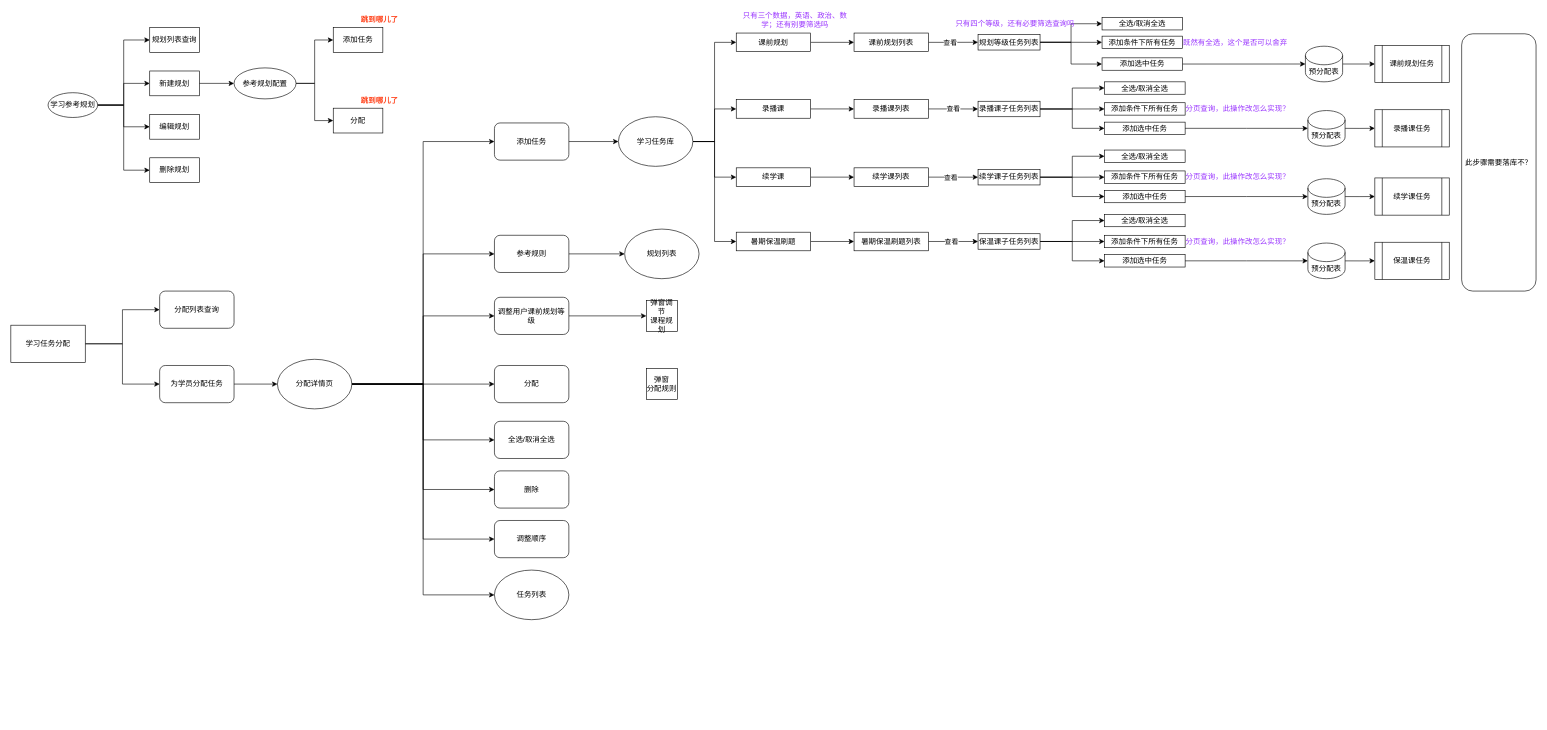
Above: 学习任务分配-参考规划+用户端.drawio in me-Minion/draw (draw.io), before the change. Source tidied: cells renumbered, new cells numbered last; positions are measured from the earlier drawing's top-left corner, leaving out a move shared by most shapes. Both pictures are drawn from the tidied source at 62%, with x=0, y=0 at pixel (11, 12).
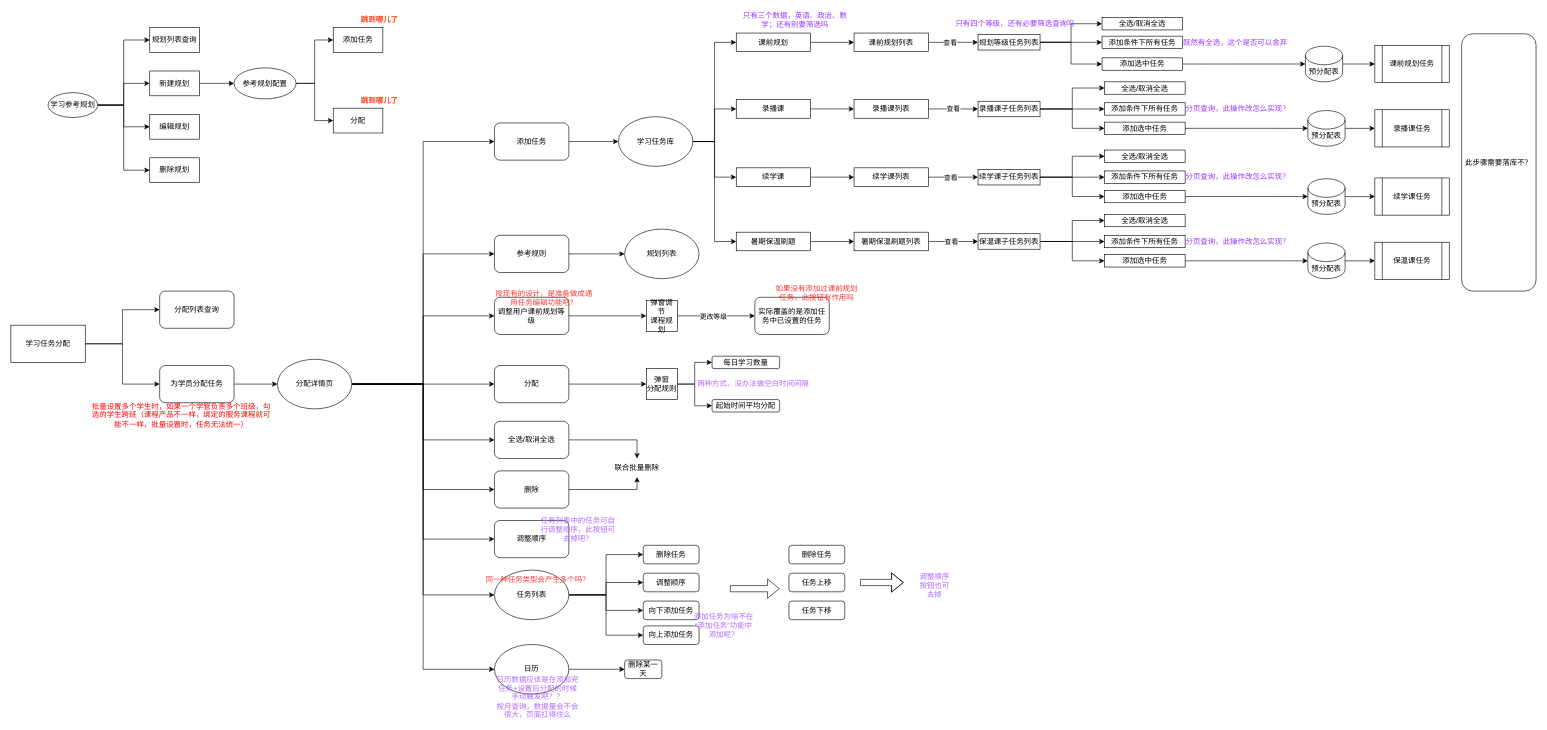
The same diagram, later.

Commit message:
更新学习任务分配-参考规划+用户端.drawio

Unchanged cells that the change refers to:
```xml
<mxCell id="33" value="分配详情页" style="ellipse;whiteSpace=wrap;html=1;" parent="1" vertex="1">
  <mxGeometry x="430" y="560" width="120" height="80" as="geometry" />
</mxCell>
<mxCell id="40" value="分配" style="rounded=1;whiteSpace=wrap;html=1;" parent="1" vertex="1">
  <mxGeometry x="780" y="570" width="120" height="60" as="geometry" />
</mxCell>
<mxCell id="41" value="全选/取消全选" style="rounded=1;whiteSpace=wrap;html=1;" parent="1" vertex="1">
  <mxGeometry x="780" y="660" width="120" height="60" as="geometry" />
</mxCell>
<mxCell id="42" value="删除" style="rounded=1;whiteSpace=wrap;html=1;" parent="1" vertex="1">
  <mxGeometry x="780" y="740" width="120" height="60" as="geometry" />
</mxCell>
<mxCell id="50" value="弹窗&lt;span style=&quot;background-color: initial;&quot;&gt;调节&lt;/span&gt;&lt;div&gt;课程&lt;span style=&quot;background-color: initial;&quot;&gt;规划&lt;/span&gt;&lt;/div&gt;" style="whiteSpace=wrap;html=1;" parent="1" vertex="1">
  <mxGeometry x="1025" y="465" width="50" height="50" as="geometry" />
</mxCell>
<mxCell id="51" value="弹窗&lt;div&gt;分配规则&lt;/div&gt;" style="whiteSpace=wrap;html=1;" parent="1" vertex="1">
  <mxGeometry x="1025" y="575" width="50" height="50" as="geometry" />
</mxCell>
<mxCell id="122" value="任务列表" style="ellipse;whiteSpace=wrap;html=1;" parent="1" vertex="1">
  <mxGeometry x="780" y="900" width="120" height="80" as="geometry" />
</mxCell>
```

Diff of the diagram source:
```diff
@@
+    <mxCell id="124" style="edgeStyle=orthogonalEdgeStyle;rounded=0;jettySize=auto;html=1;exitX=1;exitY=0.5;exitDx=0;exitDy=0;entryX=0;entryY=0.5;entryDx=0;entryDy=0;" parent="1" edge="1" source="33" target="137">
+      <mxGeometry relative="1" as="geometry" />
+    </mxCell>
@@
+    <mxCell id="125" style="edgeStyle=orthogonalEdgeStyle;rounded=0;jettySize=auto;html=1;exitX=1;exitY=0.5;exitDx=0;exitDy=0;" parent="1" edge="1" source="40" target="51">
+      <mxGeometry relative="1" as="geometry" />
+    </mxCell>
@@
+    <mxCell id="126" style="edgeStyle=orthogonalEdgeStyle;rounded=0;jettySize=auto;html=1;exitX=1;exitY=0.5;exitDx=0;exitDy=0;entryX=0.5;entryY=0;entryDx=0;entryDy=0;" parent="1" edge="1" source="41" target="160">
+      <mxGeometry relative="1" as="geometry" />
+    </mxCell>
@@
+    <mxCell id="127" style="edgeStyle=orthogonalEdgeStyle;rounded=0;jettySize=auto;html=1;exitX=1;exitY=0.5;exitDx=0;exitDy=0;entryX=0.5;entryY=1;entryDx=0;entryDy=0;" parent="1" edge="1" source="42" target="160">
+      <mxGeometry relative="1" as="geometry" />
+    </mxCell>
@@
+    <mxCell id="128" style="edgeStyle=orthogonalEdgeStyle;rounded=0;jettySize=auto;html=1;exitX=1;exitY=0.5;exitDx=0;exitDy=0;entryX=0;entryY=0.5;entryDx=0;entryDy=0;" parent="1" edge="1" source="50" target="140">
+      <mxGeometry relative="1" as="geometry" />
+    </mxCell>
+    <mxCell id="129" value="更改等级" style="edgeLabel;html=1;align=center;verticalAlign=middle;" parent="128" vertex="1">
+      <mxGeometry x="-0.19" y="-1" relative="1" as="geometry">
+        <mxPoint x="6" y="-1" as="offset" />
+      </mxGeometry>
+    </mxCell>
@@
+    <mxCell id="130" style="edgeStyle=orthogonalEdgeStyle;rounded=0;jettySize=auto;html=1;exitX=1;exitY=0.5;exitDx=0;exitDy=0;entryX=0;entryY=0.5;entryDx=0;entryDy=0;" parent="1" edge="1" source="51" target="157">
+      <mxGeometry relative="1" as="geometry" />
+    </mxCell>
+    <mxCell id="131" style="edgeStyle=orthogonalEdgeStyle;rounded=0;jettySize=auto;html=1;exitX=1;exitY=0.5;exitDx=0;exitDy=0;entryX=0;entryY=0.5;entryDx=0;entryDy=0;" parent="1" edge="1" source="51" target="158">
+      <mxGeometry relative="1" as="geometry" />
+    </mxCell>
@@
+    <mxCell id="132" style="edgeStyle=orthogonalEdgeStyle;rounded=0;jettySize=auto;html=1;exitX=1;exitY=0.5;exitDx=0;exitDy=0;entryX=0;entryY=0.5;entryDx=0;entryDy=0;" parent="1" edge="1" source="122" target="144">
+      <mxGeometry relative="1" as="geometry" />
+    </mxCell>
+    <mxCell id="133" style="edgeStyle=orthogonalEdgeStyle;rounded=0;jettySize=auto;html=1;exitX=1;exitY=0.5;exitDx=0;exitDy=0;entryX=0;entryY=0.5;entryDx=0;entryDy=0;" parent="1" edge="1" source="122" target="145">
+      <mxGeometry relative="1" as="geometry" />
+    </mxCell>
+    <mxCell id="134" style="edgeStyle=orthogonalEdgeStyle;rounded=0;jettySize=auto;html=1;exitX=1;exitY=0.5;exitDx=0;exitDy=0;" parent="1" edge="1" source="122" target="146">
+      <mxGeometry relative="1" as="geometry" />
+    </mxCell>
+    <mxCell id="135" style="edgeStyle=orthogonalEdgeStyle;rounded=0;jettySize=auto;html=1;exitX=1;exitY=0.5;exitDx=0;exitDy=0;entryX=0;entryY=0.5;entryDx=0;entryDy=0;" parent="1" edge="1" source="122" target="147">
+      <mxGeometry relative="1" as="geometry" />
+    </mxCell>
@@
+    <mxCell id="136" style="edgeStyle=orthogonalEdgeStyle;rounded=0;jettySize=auto;html=1;exitX=1;exitY=0.5;exitDx=0;exitDy=0;entryX=0;entryY=0.5;entryDx=0;entryDy=0;" parent="1" edge="1" source="137" target="156">
+      <mxGeometry relative="1" as="geometry" />
+    </mxCell>
+    <mxCell id="137" value="日历" style="ellipse;whiteSpace=wrap;html=1;" parent="1" vertex="1">
+      <mxGeometry x="780" y="1020" width="120" height="80" as="geometry" />
+    </mxCell>
+    <mxCell id="138" value="&lt;div&gt;&lt;font color=&quot;#b266ff&quot;&gt;日历数据应该是在添加完任务+设置后分配的时候手动触发吧？？&lt;/font&gt;&lt;/div&gt;&lt;font color=&quot;#b266ff&quot;&gt;按月查询，数据量会不会很大，页面扛得住么&lt;/font&gt;" style="text;html=1;align=center;verticalAlign=middle;whiteSpace=wrap;rounded=0;" parent="1" vertex="1">
+      <mxGeometry x="780" y="1090" width="140" height="30" as="geometry" />
+    </mxCell>
+    <mxCell id="139" value="&lt;font color=&quot;#ff0000&quot;&gt;批量设置多个学生时，如果一个学管负责多个班级，勾选的学生跨班（课程产品不一样，绑定的服务课程就可能不一样，批量设置时，任务无法统一）&lt;/font&gt;" style="text;html=1;align=center;verticalAlign=middle;whiteSpace=wrap;rounded=0;" parent="1" vertex="1">
+      <mxGeometry x="130" y="565" width="290" height="170" as="geometry" />
+    </mxCell>
+    <mxCell id="140" value="实际覆盖的是添加任务中已设置的任务" style="rounded=1;whiteSpace=wrap;html=1;" parent="1" vertex="1">
+      <mxGeometry x="1200" y="460" width="120" height="60" as="geometry" />
+    </mxCell>
+    <mxCell id="141" value="&lt;font color=&quot;#ff3333&quot;&gt;如果没有添加过课前规划任务，此按钮有作用吗&lt;/font&gt;" style="text;html=1;align=center;verticalAlign=middle;whiteSpace=wrap;rounded=0;" parent="1" vertex="1">
+      <mxGeometry x="1230" y="445" width="140" height="15" as="geometry" />
+    </mxCell>
+    <mxCell id="142" value="&lt;font color=&quot;#ff3333&quot;&gt;按现有的设计，是准备做成通用任务编辑功能吧？&lt;/font&gt;" style="text;html=1;align=center;verticalAlign=middle;whiteSpace=wrap;rounded=0;" parent="1" vertex="1">
+      <mxGeometry x="780" y="450" width="160" height="22" as="geometry" />
+    </mxCell>
+    <mxCell id="143" value="&lt;font color=&quot;#ff3333&quot;&gt;同一种任务类型会产生多个吗？&lt;/font&gt;" style="text;html=1;align=center;verticalAlign=middle;whiteSpace=wrap;rounded=0;" parent="1" vertex="1">
+      <mxGeometry x="760" y="910" width="180" height="10" as="geometry" />
+    </mxCell>
+    <mxCell id="144" value="删除任务" style="rounded=1;whiteSpace=wrap;html=1;" parent="1" vertex="1">
+      <mxGeometry x="1020" y="860" width="90" height="30" as="geometry" />
+    </mxCell>
+    <mxCell id="145" value="调整顺序" style="rounded=1;whiteSpace=wrap;html=1;" parent="1" vertex="1">
+      <mxGeometry x="1020" y="905" width="90" height="30" as="geometry" />
+    </mxCell>
+    <mxCell id="146" value="向下添加任务" style="rounded=1;whiteSpace=wrap;html=1;" parent="1" vertex="1">
+      <mxGeometry x="1020" y="950" width="90" height="30" as="geometry" />
+    </mxCell>
+    <mxCell id="147" value="向上添加任务" style="rounded=1;whiteSpace=wrap;html=1;" parent="1" vertex="1">
+      <mxGeometry x="1020" y="990" width="90" height="30" as="geometry" />
+    </mxCell>
+    <mxCell id="148" value="&lt;font color=&quot;#b266ff&quot;&gt;添加任务为啥不在“添加任务”功能中添加呢？&lt;/font&gt;" style="text;html=1;align=center;verticalAlign=middle;whiteSpace=wrap;rounded=0;" parent="1" vertex="1">
+      <mxGeometry x="1100" y="960" width="100" height="60" as="geometry" />
+    </mxCell>
+    <mxCell id="149" value="删除任务" style="rounded=1;whiteSpace=wrap;html=1;" parent="1" vertex="1">
+      <mxGeometry x="1255" y="860" width="90" height="30" as="geometry" />
+    </mxCell>
+    <mxCell id="150" value="任务上移" style="rounded=1;whiteSpace=wrap;html=1;" parent="1" vertex="1">
+      <mxGeometry x="1255" y="905" width="90" height="30" as="geometry" />
+    </mxCell>
+    <mxCell id="151" value="任务下移" style="rounded=1;whiteSpace=wrap;html=1;" parent="1" vertex="1">
+      <mxGeometry x="1255" y="950" width="90" height="30" as="geometry" />
+    </mxCell>
+    <mxCell id="152" style="shape=flexArrow;endArrow=classic;html=1;rounded=0;" parent="1" edge="1">
+      <mxGeometry relative="1" as="geometry">
+        <mxPoint x="1160" y="930" as="sourcePoint" />
+        <mxPoint x="1240" y="930" as="targetPoint" />
+      </mxGeometry>
+    </mxCell>
+    <mxCell id="153" style="shape=flexArrow;endArrow=classic;html=1;rounded=0;" parent="1" edge="1">
+      <mxGeometry relative="1" as="geometry">
+        <mxPoint x="1370" y="920" as="sourcePoint" />
+        <mxPoint x="1440" y="920" as="targetPoint" />
+        <Array as="points">
+          <mxPoint x="1420" y="920" />
+        </Array>
+      </mxGeometry>
+    </mxCell>
+    <mxCell id="154" value="&lt;font color=&quot;#b266ff&quot;&gt;调整顺序按钮也可去掉&lt;/font&gt;" style="text;html=1;align=center;verticalAlign=middle;whiteSpace=wrap;rounded=0;" parent="1" vertex="1">
+      <mxGeometry x="1460" y="910" width="60" height="30" as="geometry" />
+    </mxCell>
+    <mxCell id="155" value="&lt;font color=&quot;#b266ff&quot;&gt;任务列表中的任务可自行调整顺序，此按钮可去掉吧？&lt;/font&gt;" style="text;html=1;align=center;verticalAlign=middle;whiteSpace=wrap;rounded=0;" parent="1" vertex="1">
+      <mxGeometry x="850" y="820" width="130" height="30" as="geometry" />
+    </mxCell>
+    <mxCell id="156" value="删除某一天" style="rounded=1;whiteSpace=wrap;html=1;" parent="1" vertex="1">
+      <mxGeometry x="990" y="1045" width="60" height="30" as="geometry" />
+    </mxCell>
+    <mxCell id="157" value="每日学习数量" style="rounded=1;whiteSpace=wrap;html=1;" parent="1" vertex="1">
+      <mxGeometry x="1131" y="555" width="109" height="20" as="geometry" />
+    </mxCell>
+    <mxCell id="158" value="起始时间平均分配" style="rounded=1;whiteSpace=wrap;html=1;" parent="1" vertex="1">
+      <mxGeometry x="1131" y="625" width="109" height="20" as="geometry" />
+    </mxCell>
+    <mxCell id="159" value="&lt;font color=&quot;#b266ff&quot;&gt;两种方式，没办法做空白时间间隔&lt;/font&gt;" style="text;html=1;align=center;verticalAlign=middle;whiteSpace=wrap;rounded=0;" parent="1" vertex="1">
+      <mxGeometry x="1100" y="585" width="195" height="30" as="geometry" />
+    </mxCell>
+    <mxCell id="160" value="联合批量删除" style="text;html=1;align=center;verticalAlign=middle;whiteSpace=wrap;rounded=0;" parent="1" vertex="1">
+      <mxGeometry x="930" y="720" width="160" height="30" as="geometry" />
+    </mxCell>
```
